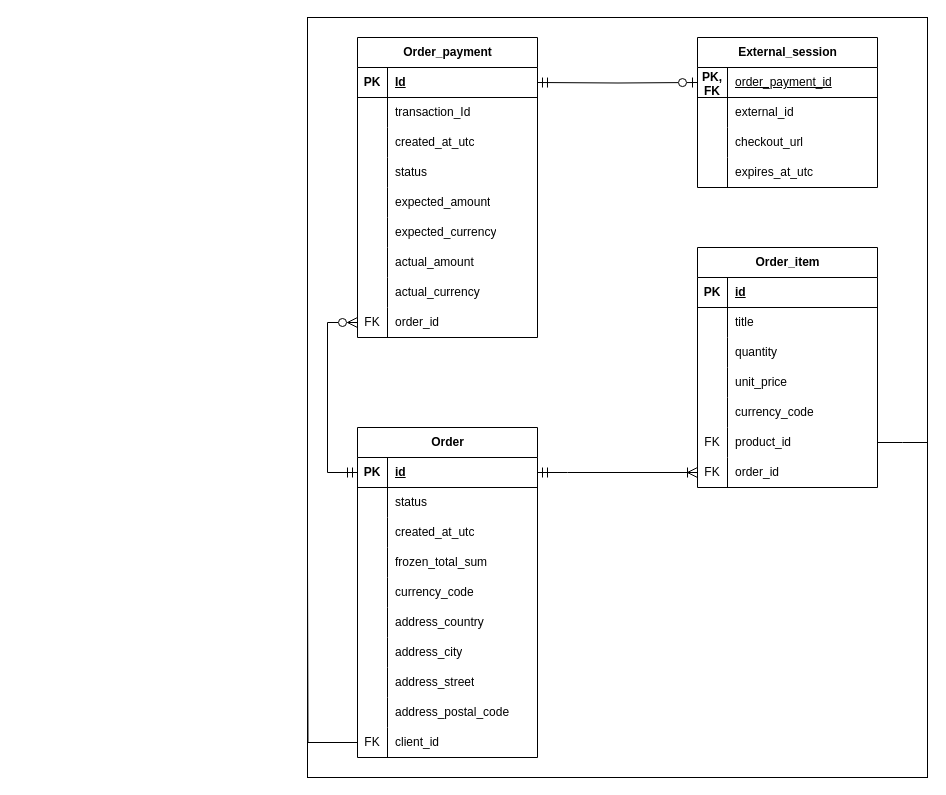
Above: docs/diagrams/src/ER/ER Diagram.drawio in snani31/LegacyLego (draw.io), before the change. Source tidied: cells renumbered, new cells numbered last; positions are measured from the earlier drawing's top-left corner, leaving out a move shared by most shapes. Both pictures are drawn from the tidied source at 100%, with x=0, y=0 at pixel (307, 17).
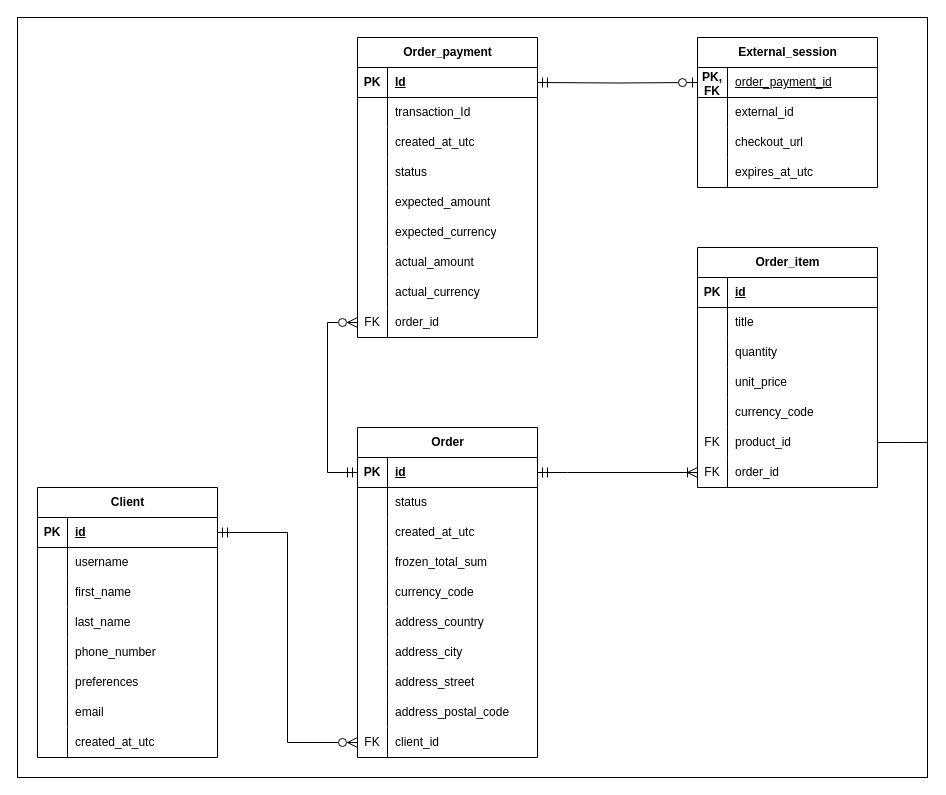
After the change.

The change refers to these unchanged cells:
```xml
<mxCell id="45" style="shape=tableRow;horizontal=0;startSize=0;swimlaneHead=0;swimlaneBody=0;fillColor=none;points=[[0,0.5],[1,0.5]];portConstraint=eastwest;top=0;left=0;right=0;bottom=0;" parent="17" vertex="1">
  <mxGeometry y="300" width="180" height="30" as="geometry" />
</mxCell>
```

The edit, as a diff of the source:
```diff
@@
     <mxCell id="2" style="rounded=0;whiteSpace=wrap;html=1;" parent="1" vertex="1">
-      <mxGeometry width="620" height="760" as="geometry" />
+      <mxGeometry x="-290" width="910" height="760" as="geometry" />
     </mxCell>
@@
-    <mxCell id="72" style="edgeStyle=orthogonalEdgeStyle;rounded=0;jettySize=auto;html=1;exitX=0;exitY=0.5;exitDx=0;exitDy=0;endArrow=none;endFill=0;" parent="1" edge="1" source="45">
-      <mxGeometry relative="1" as="geometry">
-        <mxPoint y="545" as="targetPoint" />
-      </mxGeometry>
+    <mxCell id="72" style="edgeStyle=orthogonalEdgeStyle;rounded=0;jettySize=auto;html=1;exitX=0;exitY=0.5;exitDx=0;exitDy=0;endArrow=ERmandOne;endFill=0;entryX=1;entryY=0.5;entryDx=0;entryDy=0;startArrow=ERzeroToMany;startFill=0;strokeColor=default;align=center;verticalAlign=middle;fontFamily=Helvetica;fontSize=11;fontColor=default;labelBackgroundColor=default;startSize=8;endSize=8;" parent="1" edge="1" source="45" target="103">
+      <mxGeometry relative="1" as="geometry" />
     </mxCell>
@@
+    <mxCell id="102" value="Client" style="shape=table;startSize=30;childLayout=tableLayout;rowLines=0;fontStyle=1;align=center;html=1;" parent="1" vertex="1">
+      <mxGeometry x="-270" y="470" width="180" height="270" as="geometry" />
+    </mxCell>
+    <mxCell id="103" style="shape=tableRow;horizontal=0;startSize=0;swimlaneHead=0;swimlaneBody=0;fillColor=none;points=[[0,0.5],[1,0.5]];portConstraint=eastwest;top=0;left=0;right=0;bottom=1;" parent="102" vertex="1">
+      <mxGeometry y="30" width="180" height="30" as="geometry" />
+    </mxCell>
+    <mxCell id="104" value="PK" style="shape=partialRectangle;fillColor=none;top=0;left=0;bottom=0;right=0;fontStyle=1;overflow=hidden;whiteSpace=wrap;html=1;" parent="103" vertex="1">
+      <mxGeometry width="30" height="30" as="geometry" />
+    </mxCell>
+    <mxCell id="105" value="id" style="shape=partialRectangle;fillColor=none;top=0;left=0;bottom=0;right=0;align=left;spacingLeft=6;fontStyle=5;overflow=hidden;whiteSpace=wrap;html=1;" parent="103" vertex="1">
+      <mxGeometry x="30" width="150" height="30" as="geometry" />
+    </mxCell>
+    <mxCell id="106" style="shape=tableRow;horizontal=0;startSize=0;swimlaneHead=0;swimlaneBody=0;fillColor=none;top=0;left=0;right=0;bottom=0;" parent="102" vertex="1">
+      <mxGeometry y="60" width="180" height="30" as="geometry" />
+    </mxCell>
+    <mxCell id="107" style="shape=partialRectangle;fillColor=none;top=0;left=0;bottom=0;right=0;overflow=hidden;whiteSpace=wrap;html=1;" parent="106" vertex="1">
+      <mxGeometry width="30" height="30" as="geometry" />
+    </mxCell>
+    <mxCell id="108" value="username" style="shape=partialRectangle;fillColor=none;top=0;left=0;bottom=0;right=0;align=left;spacingLeft=6;overflow=hidden;whiteSpace=wrap;html=1;" parent="106" vertex="1">
+      <mxGeometry x="30" width="150" height="30" as="geometry" />
+    </mxCell>
+    <mxCell id="109" style="shape=tableRow;horizontal=0;startSize=0;swimlaneHead=0;swimlaneBody=0;fillColor=none;top=0;left=0;right=0;bottom=0;" parent="102" vertex="1">
+      <mxGeometry y="90" width="180" height="30" as="geometry" />
+    </mxCell>
+    <mxCell id="110" style="shape=partialRectangle;fillColor=none;top=0;left=0;bottom=0;right=0;overflow=hidden;whiteSpace=wrap;html=1;" parent="109" vertex="1">
+      <mxGeometry width="30" height="30" as="geometry" />
+    </mxCell>
+    <mxCell id="111" value="first_name" style="shape=partialRectangle;fillColor=none;top=0;left=0;bottom=0;right=0;align=left;spacingLeft=6;overflow=hidden;whiteSpace=wrap;html=1;" parent="109" vertex="1">
+      <mxGeometry x="30" width="150" height="30" as="geometry" />
+    </mxCell>
+    <mxCell id="112" style="shape=tableRow;horizontal=0;startSize=0;swimlaneHead=0;swimlaneBody=0;fillColor=none;top=0;left=0;right=0;bottom=0;" parent="102" vertex="1">
+      <mxGeometry y="120" width="180" height="30" as="geometry" />
+    </mxCell>
+    <mxCell id="113" style="shape=partialRectangle;fillColor=none;top=0;left=0;bottom=0;right=0;overflow=hidden;whiteSpace=wrap;html=1;" parent="112" vertex="1">
+      <mxGeometry width="30" height="30" as="geometry" />
+    </mxCell>
+    <mxCell id="114" value="last_name" style="shape=partialRectangle;fillColor=none;top=0;left=0;bottom=0;right=0;align=left;spacingLeft=6;overflow=hidden;whiteSpace=wrap;html=1;" parent="112" vertex="1">
+      <mxGeometry x="30" width="150" height="30" as="geometry" />
+    </mxCell>
+    <mxCell id="115" style="shape=tableRow;horizontal=0;startSize=0;swimlaneHead=0;swimlaneBody=0;fillColor=none;top=0;left=0;right=0;bottom=0;" parent="102" vertex="1">
+      <mxGeometry y="150" width="180" height="30" as="geometry" />
+    </mxCell>
+    <mxCell id="116" style="shape=partialRectangle;fillColor=none;top=0;left=0;bottom=0;right=0;overflow=hidden;whiteSpace=wrap;html=1;" parent="115" vertex="1">
+      <mxGeometry width="30" height="30" as="geometry" />
+    </mxCell>
+    <mxCell id="117" value="phone_number" style="shape=partialRectangle;fillColor=none;top=0;left=0;bottom=0;right=0;align=left;spacingLeft=6;overflow=hidden;whiteSpace=wrap;html=1;" parent="115" vertex="1">
+      <mxGeometry x="30" width="150" height="30" as="geometry" />
+    </mxCell>
+    <mxCell id="118" style="shape=tableRow;horizontal=0;startSize=0;swimlaneHead=0;swimlaneBody=0;fillColor=none;top=0;left=0;right=0;bottom=0;" parent="102" vertex="1">
+      <mxGeometry y="180" width="180" height="30" as="geometry" />
+    </mxCell>
+    <mxCell id="119" style="shape=partialRectangle;fillColor=none;top=0;left=0;bottom=0;right=0;overflow=hidden;whiteSpace=wrap;html=1;" parent="118" vertex="1">
+      <mxGeometry width="30" height="30" as="geometry" />
+    </mxCell>
+    <mxCell id="120" value="preferences" style="shape=partialRectangle;fillColor=none;top=0;left=0;bottom=0;right=0;align=left;spacingLeft=6;overflow=hidden;whiteSpace=wrap;html=1;" parent="118" vertex="1">
+      <mxGeometry x="30" width="150" height="30" as="geometry" />
+    </mxCell>
+    <mxCell id="121" style="shape=tableRow;horizontal=0;startSize=0;swimlaneHead=0;swimlaneBody=0;fillColor=none;top=0;left=0;right=0;bottom=0;" parent="102" vertex="1">
+      <mxGeometry y="210" width="180" height="30" as="geometry" />
+    </mxCell>
+    <mxCell id="122" style="shape=partialRectangle;fillColor=none;top=0;left=0;bottom=0;right=0;overflow=hidden;whiteSpace=wrap;html=1;" parent="121" vertex="1">
+      <mxGeometry width="30" height="30" as="geometry" />
+    </mxCell>
+    <mxCell id="123" value="email" style="shape=partialRectangle;fillColor=none;top=0;left=0;bottom=0;right=0;align=left;spacingLeft=6;overflow=hidden;whiteSpace=wrap;html=1;" parent="121" vertex="1">
+      <mxGeometry x="30" width="150" height="30" as="geometry" />
+    </mxCell>
+    <mxCell id="124" style="shape=tableRow;horizontal=0;startSize=0;swimlaneHead=0;swimlaneBody=0;fillColor=none;top=0;left=0;right=0;bottom=0;" parent="102" vertex="1">
+      <mxGeometry y="240" width="180" height="30" as="geometry" />
+    </mxCell>
+    <mxCell id="125" style="shape=partialRectangle;fillColor=none;top=0;left=0;bottom=0;right=0;overflow=hidden;whiteSpace=wrap;html=1;" parent="124" vertex="1">
+      <mxGeometry width="30" height="30" as="geometry" />
+    </mxCell>
+    <mxCell id="126" value="created_at_utc" style="shape=partialRectangle;fillColor=none;top=0;left=0;bottom=0;right=0;align=left;spacingLeft=6;overflow=hidden;whiteSpace=wrap;html=1;" parent="124" vertex="1">
+      <mxGeometry x="30" width="150" height="30" as="geometry" />
+    </mxCell>
```
